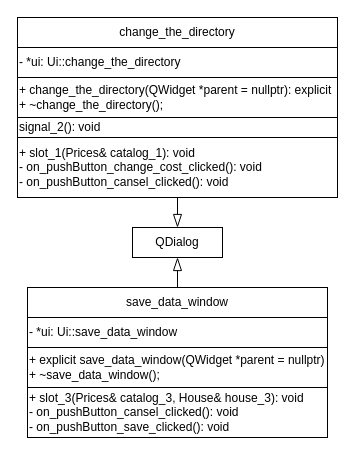
Above: creative work/creative_work/uml others.drawio in SonyAkb/Laboratory-works-for-the-2-semester (draw.io), before the change. Source tidied: cells renumbered, new cells numbered last; positions are measured from the earlier drawing's top-left corner, leaving out a move shared by most shapes. Both pictures are drawn from the tidied source at 100%, with x=0, y=0 at pixel (17, 17).
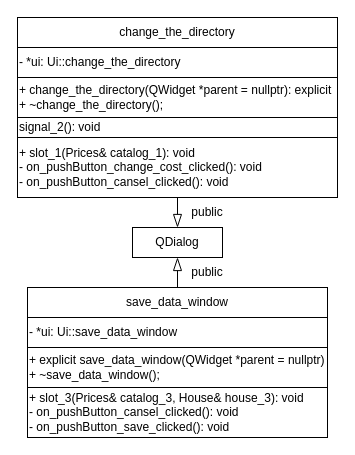
After the change.

Diff of the diagram source:
```diff
@@
 <mxGraphModel>
   <root>
     <mxCell id="0" />
     <mxCell id="1" parent="0" />
     <mxCell id="2" value="&lt;div style=&quot;margin-top: 0px; margin-bottom: 0px;&quot;&gt;&lt;span style=&quot;&quot;&gt;QDialog&lt;/span&gt;&lt;/div&gt;" style="rounded=0;whiteSpace=wrap;html=1;fontColor=default;fontStyle=0;align=center;fontFamily=Helvetica;" parent="1" vertex="1">
       <mxGeometry x="115" y="210" width="90" height="30" as="geometry" />
     </mxCell>
     <mxCell id="3" value="&lt;div style=&quot;margin-top: 0px; margin-bottom: 0px;&quot;&gt;&lt;span style=&quot;background-color: initial; white-space: normal;&quot;&gt;- &lt;/span&gt;&lt;span style=&quot;background-color: initial; white-space: normal;&quot;&gt;*ui:&amp;nbsp;&lt;/span&gt;Ui&lt;span style=&quot;background-color: initial; white-space: normal;&quot;&gt;::&lt;/span&gt;&lt;span style=&quot;background-color: initial; white-space: normal;&quot;&gt;change_the_directory&lt;/span&gt;&lt;span style=&quot;background-color: initial; white-space: normal;&quot;&gt;&amp;nbsp;&lt;/span&gt;&lt;br&gt;&lt;/div&gt;" style="rounded=0;whiteSpace=wrap;html=1;fontColor=default;fontStyle=0;align=left;fontFamily=Helvetica;" parent="1" vertex="1">
       <mxGeometry y="30" width="320" height="30" as="geometry" />
     </mxCell>
     <mxCell id="4" value="&lt;div style=&quot;margin-top: 0px; margin-bottom: 0px;&quot;&gt;&lt;span style=&quot;&quot;&gt;+ change_the_directory&lt;/span&gt;(&lt;span style=&quot;&quot;&gt;QWidget&lt;/span&gt;&lt;span style=&quot;&quot;&gt; &lt;/span&gt;*&lt;span style=&quot;&quot;&gt;parent&lt;/span&gt;&lt;span style=&quot;&quot;&gt; &lt;/span&gt;=&lt;span style=&quot;&quot;&gt; &lt;/span&gt;&lt;span style=&quot;&quot;&gt;nullptr&lt;/span&gt;): explicit&lt;span style=&quot;background-color: initial; white-space: normal;&quot;&gt;&lt;/span&gt;&lt;/div&gt;&lt;div style=&quot;margin-top: 0px; margin-bottom: 0px;&quot;&gt;+ ~&lt;span style=&quot;&quot;&gt;change_the_directory&lt;/span&gt;();&lt;/div&gt;" style="rounded=0;whiteSpace=wrap;html=1;fontColor=default;fontStyle=0;align=left;fontFamily=Helvetica;" parent="1" vertex="1">
       <mxGeometry y="60" width="320" height="40" as="geometry" />
     </mxCell>
     <mxCell id="5" value="&lt;div style=&quot;margin-top: 0px; margin-bottom: 0px;&quot;&gt;&lt;span style=&quot;&quot;&gt;signal_2&lt;/span&gt;(): void&lt;span style=&quot;background-color: initial; white-space: normal;&quot;&gt;&lt;/span&gt;&lt;/div&gt;" style="rounded=0;whiteSpace=wrap;html=1;fontColor=default;fontStyle=0;align=left;fontFamily=Helvetica;" parent="1" vertex="1">
       <mxGeometry y="100" width="320" height="20" as="geometry" />
     </mxCell>
     <mxCell id="6" value="&lt;div style=&quot;margin-top: 0px; margin-bottom: 0px;&quot;&gt;&lt;span style=&quot;&quot;&gt;+ slot_1&lt;/span&gt;(&lt;span style=&quot;&quot;&gt;Prices&lt;/span&gt;&amp;amp;&lt;span style=&quot;&quot;&gt; &lt;/span&gt;&lt;span style=&quot;&quot;&gt;catalog_1&lt;/span&gt;): void&lt;span style=&quot;background-color: initial; white-space: normal;&quot;&gt;&lt;/span&gt;&lt;/div&gt;&lt;div style=&quot;margin-top: 0px; margin-bottom: 0px;&quot;&gt;&lt;span style=&quot;&quot;&gt;- on_pushButton_change_cost_clicked&lt;/span&gt;(): void&lt;span style=&quot;background-color: initial; white-space: normal;&quot;&gt;&lt;/span&gt;&lt;/div&gt;&lt;div style=&quot;margin-top: 0px; margin-bottom: 0px;&quot;&gt;&lt;span style=&quot;&quot;&gt;- on_pushButton_cansel_clicked&lt;/span&gt;(): void&lt;span style=&quot;background-color: initial; white-space: normal;&quot;&gt;&lt;/span&gt;&lt;/div&gt;" style="rounded=0;whiteSpace=wrap;html=1;fontColor=default;fontStyle=0;align=left;fontFamily=Helvetica;" parent="1" vertex="1">
       <mxGeometry y="120" width="320" height="60" as="geometry" />
     </mxCell>
     <mxCell id="7" value="&lt;div style=&quot;margin-top: 0px; margin-bottom: 0px;&quot;&gt;&lt;span style=&quot;&quot;&gt;change_the_directory&lt;/span&gt;&lt;/div&gt;" style="rounded=0;whiteSpace=wrap;html=1;fontColor=default;fontStyle=0;align=center;fontFamily=Helvetica;" parent="1" vertex="1">
       <mxGeometry width="320" height="30" as="geometry" />
     </mxCell>
     <mxCell id="8" value="&lt;div style=&quot;margin-top: 0px; margin-bottom: 0px;&quot;&gt;&lt;span style=&quot;&quot;&gt;save_data_window&lt;/span&gt;&lt;/div&gt;" style="rounded=0;whiteSpace=wrap;html=1;labelBackgroundColor=none;fontColor=default;fontStyle=0;align=center;fontFamily=Helvetica;" parent="1" vertex="1">
       <mxGeometry x="10" y="270" width="300" height="30" as="geometry" />
     </mxCell>
     <mxCell id="9" value="&lt;div style=&quot;margin-top: 0px; margin-bottom: 0px;&quot;&gt;&lt;span style=&quot;&quot;&gt;+ explicit&lt;/span&gt;&lt;span style=&quot;&quot;&gt; &lt;/span&gt;&lt;span style=&quot;&quot;&gt;save_data_window&lt;/span&gt;(&lt;span style=&quot;&quot;&gt;QWidget&lt;/span&gt;&lt;span style=&quot;&quot;&gt; &lt;/span&gt;*&lt;span style=&quot;&quot;&gt;parent&lt;/span&gt;&lt;span style=&quot;&quot;&gt; &lt;/span&gt;=&lt;span style=&quot;&quot;&gt; &lt;/span&gt;&lt;span style=&quot;&quot;&gt;nullptr&lt;/span&gt;)&lt;/div&gt;&lt;div style=&quot;margin-top: 0px; margin-bottom: 0px;&quot;&gt;+ ~&lt;span style=&quot;&quot;&gt;save_data_window&lt;/span&gt;();&lt;/div&gt;" style="rounded=0;whiteSpace=wrap;html=1;labelBackgroundColor=none;fontColor=default;fontStyle=0;align=left;fontFamily=Helvetica;" parent="1" vertex="1">
       <mxGeometry x="10" y="330" width="300" height="40" as="geometry" />
     </mxCell>
     <mxCell id="10" value="&lt;div style=&quot;margin-top: 0px; margin-bottom: 0px;&quot;&gt;- *ui:&amp;nbsp;&lt;span style=&quot;background-color: initial;&quot;&gt;Ui&lt;/span&gt;&lt;span style=&quot;background-color: initial;&quot;&gt;::&lt;/span&gt;&lt;span style=&quot;background-color: initial;&quot;&gt;save_data_window&lt;/span&gt;&lt;span style=&quot;background-color: initial;&quot;&gt;&amp;nbsp;&lt;/span&gt;&lt;/div&gt;" style="rounded=0;whiteSpace=wrap;html=1;labelBackgroundColor=none;fontColor=default;fontStyle=0;align=left;fontFamily=Helvetica;" parent="1" vertex="1">
       <mxGeometry x="10" y="300" width="300" height="30" as="geometry" />
     </mxCell>
     <mxCell id="11" value="&lt;div style=&quot;margin-top: 0px; margin-bottom: 0px;&quot;&gt;&lt;span style=&quot;&quot;&gt;+ &lt;/span&gt;&lt;span style=&quot;&quot;&gt;slot_3&lt;/span&gt;(&lt;span style=&quot;&quot;&gt;Prices&lt;/span&gt;&amp;amp;&lt;span style=&quot;&quot;&gt; &lt;/span&gt;&lt;span style=&quot;&quot;&gt;catalog_3&lt;/span&gt;,&lt;span style=&quot;&quot;&gt; &lt;/span&gt;&lt;span style=&quot;&quot;&gt;House&lt;/span&gt;&amp;amp;&lt;span style=&quot;&quot;&gt; &lt;/span&gt;&lt;span style=&quot;&quot;&gt;house_3&lt;/span&gt;):&amp;nbsp;&lt;span style=&quot;background-color: initial;&quot;&gt;void&lt;/span&gt;&lt;span style=&quot;background-color: initial;&quot;&gt;&amp;nbsp;&lt;/span&gt;&lt;/div&gt;&lt;div style=&quot;margin-top: 0px; margin-bottom: 0px;&quot;&gt;&lt;span style=&quot;&quot;&gt;- on_pushButton_cansel_clicked&lt;/span&gt;():&amp;nbsp;&lt;span style=&quot;background-color: initial;&quot;&gt;void&lt;/span&gt;&lt;span style=&quot;background-color: initial;&quot;&gt;&amp;nbsp;&lt;/span&gt;&lt;/div&gt;&lt;div style=&quot;margin-top: 0px; margin-bottom: 0px;&quot;&gt;&lt;span style=&quot;&quot;&gt;- on_pushButton_save_clicked&lt;/span&gt;():&amp;nbsp;&lt;span style=&quot;background-color: initial;&quot;&gt;void&lt;/span&gt;&lt;span style=&quot;background-color: initial;&quot;&gt;&amp;nbsp;&lt;/span&gt;&lt;/div&gt;" style="rounded=0;whiteSpace=wrap;html=1;labelBackgroundColor=none;fontColor=default;fontStyle=0;align=left;fontFamily=Helvetica;" parent="1" vertex="1">
       <mxGeometry x="10" y="370" width="300" height="50" as="geometry" />
     </mxCell>
     <mxCell id="12" style="endArrow=blockThin;html=1;rounded=0;endFill=0;endSize=11;startSize=9;jumpSize=8;entryX=0.5;entryY=1;entryDx=0;entryDy=0;exitX=0.5;exitY=0;exitDx=0;exitDy=0;" parent="1" edge="1" source="8" target="2">
       <mxGeometry relative="1" as="geometry" />
     </mxCell>
     <mxCell id="13" style="endArrow=blockThin;html=1;rounded=0;endFill=0;endSize=11;startSize=9;jumpSize=8;entryX=0.5;entryY=0;entryDx=0;entryDy=0;exitX=0.5;exitY=1;exitDx=0;exitDy=0;" parent="1" edge="1" source="6" target="2">
       <mxGeometry relative="1" as="geometry" />
     </mxCell>
+    <mxCell id="14" value="public" style="text;html=1;align=center;verticalAlign=middle;whiteSpace=wrap;rounded=0;" parent="1" vertex="1">
+      <mxGeometry x="160" y="240" width="60" height="30" as="geometry" />
+    </mxCell>
+    <mxCell id="15" value="public" style="text;html=1;align=center;verticalAlign=middle;whiteSpace=wrap;rounded=0;" parent="1" vertex="1">
+      <mxGeometry x="160" y="180" width="60" height="30" as="geometry" />
+    </mxCell>
   </root>
 </mxGraphModel>
```
